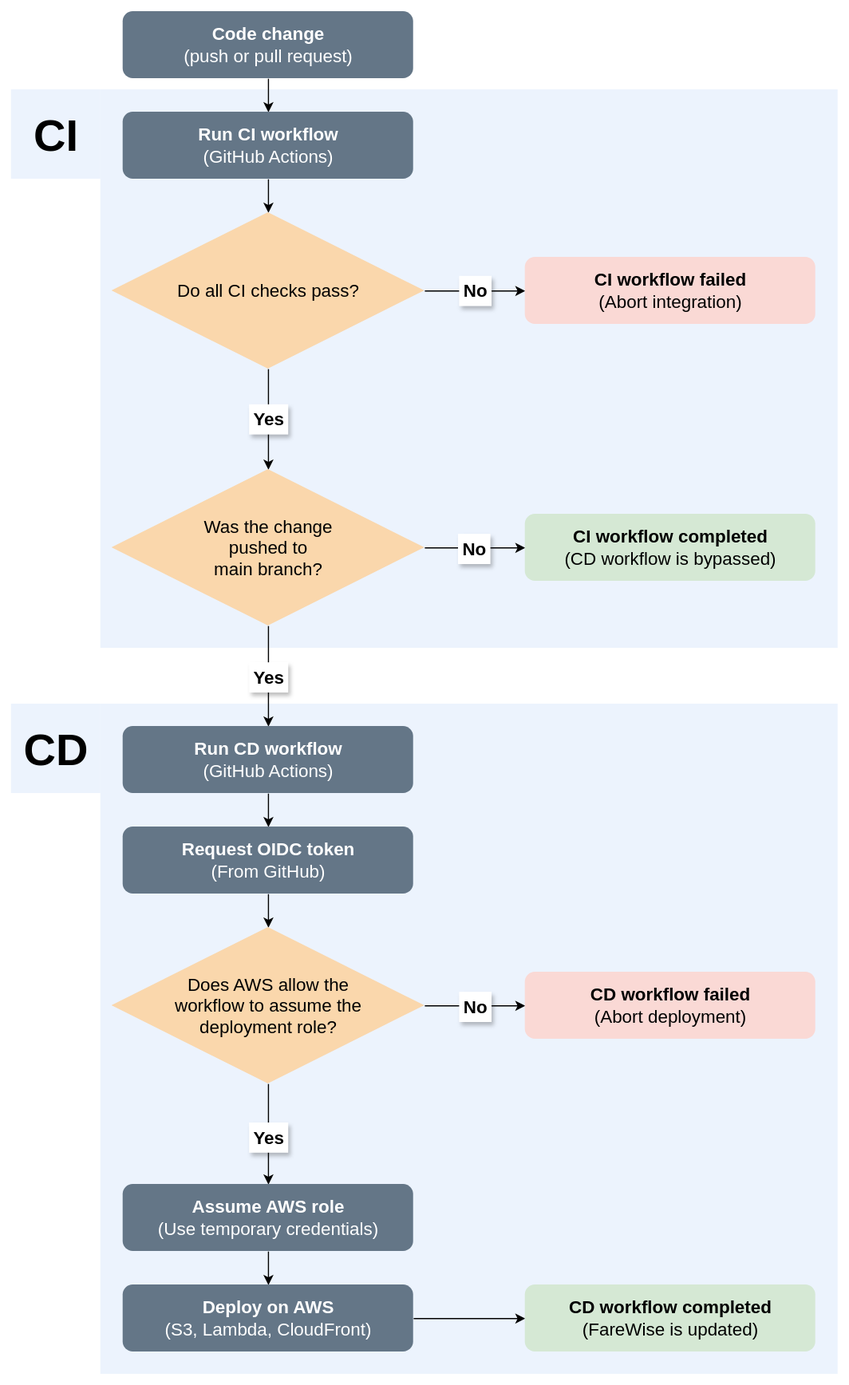
Above: figures/farewise_cicd.svg in wahreus/farewise (draw.io), before the change. Source tidied: cells renumbered, new cells last; positions are measured from the earlier drawing's top-left corner, leaving out a move shared by most shapes.
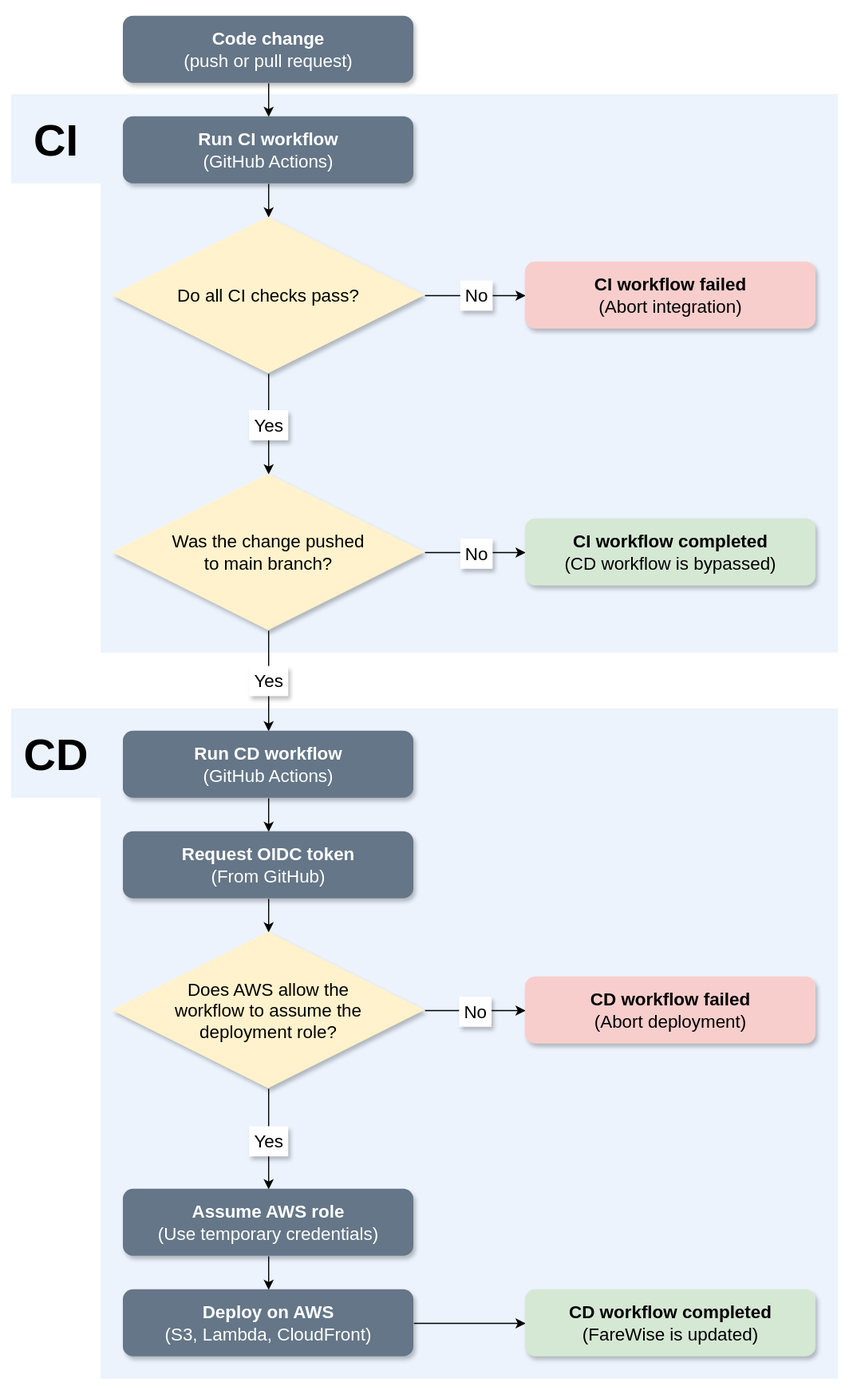
After the change.

Diff of the diagram source:
```diff
@@ -11,31 +11,31 @@
     <mxCell id="4" style="edgeStyle=orthogonalEdgeStyle;rounded=0;jettySize=auto;html=1;exitX=0.5;exitY=1;exitDx=0;exitDy=0;entryX=0.5;entryY=0;entryDx=0;entryDy=0;strokeWidth=1;fontSize=16;" parent="1" edge="1" source="5" target="7">
       <mxGeometry relative="1" as="geometry" />
     </mxCell>
-    <mxCell id="5" value="&lt;b&gt;Code change&lt;/b&gt;&lt;br&gt;(push or pull request)" style="rounded=1;whiteSpace=wrap;html=1;strokeWidth=1;fontSize=16;align=center;verticalAlign=middle;fillColor=#647687;strokeColor=none;fontColor=#ffffff;" parent="1" vertex="1">
+    <mxCell id="5" value="&lt;b&gt;Code change&lt;/b&gt;&lt;br&gt;(push or pull request)" style="rounded=1;whiteSpace=wrap;html=1;strokeWidth=1;fontSize=16;align=center;verticalAlign=middle;fillColor=#647687;strokeColor=none;fontColor=#ffffff;shadow=1;" parent="1" vertex="1">
       <mxGeometry x="100" width="260" height="60" as="geometry" />
     </mxCell>
     <mxCell id="6" style="edgeStyle=orthogonalEdgeStyle;rounded=0;jettySize=auto;html=1;exitX=0.5;exitY=1;exitDx=0;exitDy=0;entryX=0.5;entryY=0;entryDx=0;entryDy=0;strokeWidth=1;fontSize=16;" parent="1" edge="1" source="7" target="10">
       <mxGeometry relative="1" as="geometry" />
     </mxCell>
-    <mxCell id="7" value="&lt;b&gt;Run CI workflow&lt;/b&gt;&lt;br&gt;(GitHub Actions)" style="rounded=1;whiteSpace=wrap;html=1;fillColor=#647687;strokeColor=none;strokeWidth=1;fontSize=16;align=center;verticalAlign=middle;fontColor=#ffffff;" parent="1" vertex="1">
+    <mxCell id="7" value="&lt;b&gt;Run CI workflow&lt;/b&gt;&lt;br&gt;(GitHub Actions)" style="rounded=1;whiteSpace=wrap;html=1;fillColor=#647687;strokeColor=none;strokeWidth=1;fontSize=16;align=center;verticalAlign=middle;fontColor=#ffffff;shadow=1;" parent="1" vertex="1">
       <mxGeometry x="100" y="90" width="260" height="60" as="geometry" />
     </mxCell>
-    <mxCell id="8" value="&lt;b&gt;&lt;font&gt;No&lt;/font&gt;&lt;/b&gt;" style="edgeStyle=orthogonalEdgeStyle;rounded=0;jettySize=auto;html=1;exitX=1;exitY=0.5;exitDx=0;exitDy=0;entryX=0;entryY=0.5;entryDx=0;entryDy=0;labelWidth=1;labelBorderColor=none;labelPadding=4;strokeWidth=1;fontSize=16;textShadow=1;" parent="1" edge="1" source="10" target="11">
-      <mxGeometry x="0.01" relative="1" as="geometry" />
+    <mxCell id="8" value="&lt;font style=&quot;&quot;&gt;No&lt;/font&gt;" style="edgeStyle=orthogonalEdgeStyle;rounded=0;jettySize=auto;html=1;exitX=1;exitY=0.5;exitDx=0;exitDy=0;entryX=0;entryY=0.5;entryDx=0;entryDy=0;labelWidth=1;labelBorderColor=none;labelPadding=4;strokeWidth=1;fontSize=16;textShadow=1;" parent="1" edge="1" source="10" target="11">
+      <mxGeometry x="0.02" relative="1" as="geometry" />
     </mxCell>
-    <mxCell id="9" value="&lt;b&gt;&lt;font&gt;Yes&lt;/font&gt;&lt;/b&gt;" style="edgeStyle=orthogonalEdgeStyle;rounded=0;jettySize=auto;html=1;exitX=0.5;exitY=1;exitDx=0;exitDy=0;entryX=0.5;entryY=0;entryDx=0;entryDy=0;labelWidth=1;labelPadding=4;labelBorderColor=none;strokeWidth=1;fontSize=16;textShadow=1;" parent="1" edge="1" source="10" target="16">
+    <mxCell id="9" value="&lt;font style=&quot;&quot;&gt;Yes&lt;/font&gt;" style="edgeStyle=orthogonalEdgeStyle;rounded=0;jettySize=auto;html=1;exitX=0.5;exitY=1;exitDx=0;exitDy=0;entryX=0.5;entryY=0;entryDx=0;entryDy=0;labelWidth=1;labelPadding=4;labelBorderColor=none;strokeWidth=1;fontSize=16;textShadow=1;" parent="1" edge="1" source="10" target="16">
       <mxGeometry relative="1" as="geometry" />
     </mxCell>
-    <mxCell id="10" value="&lt;span&gt;Do all CI checks pass?&lt;/span&gt;" style="shape=rhombus;perimeter=rhombusPerimeter;whiteSpace=wrap;html=1;fillColor=#fad7ac;strokeColor=none;strokeWidth=1;fontSize=16;align=center;verticalAlign=middle;fontStyle=0;" parent="1" vertex="1">
+    <mxCell id="10" value="&lt;span&gt;Do all CI checks pass?&lt;/span&gt;" style="shape=rhombus;perimeter=rhombusPerimeter;whiteSpace=wrap;html=1;fillColor=#fff2cc;strokeColor=none;strokeWidth=1;fontSize=16;align=center;verticalAlign=middle;fontStyle=0;shadow=1;" parent="1" vertex="1">
       <mxGeometry x="90" y="180" width="280" height="140" as="geometry" />
     </mxCell>
-    <mxCell id="11" value="&lt;b&gt;CI workflow failed&lt;/b&gt;&lt;br&gt;(Abort integration)" style="rounded=1;whiteSpace=wrap;html=1;fillColor=#fad9d5;strokeColor=none;strokeWidth=1;fontSize=16;align=center;verticalAlign=middle;" parent="1" vertex="1">
+    <mxCell id="11" value="&lt;b&gt;CI workflow failed&lt;/b&gt;&lt;br&gt;(Abort integration)" style="rounded=1;whiteSpace=wrap;html=1;fillColor=#f8cecc;strokeColor=none;strokeWidth=1;fontSize=16;align=center;verticalAlign=middle;shadow=1;" parent="1" vertex="1">
       <mxGeometry x="460" y="220" width="260" height="60" as="geometry" />
     </mxCell>
     <mxCell id="12" style="edgeStyle=orthogonalEdgeStyle;rounded=0;jettySize=auto;html=1;exitX=0.5;exitY=1;exitDx=0;exitDy=0;entryX=0.5;entryY=0;entryDx=0;entryDy=0;strokeWidth=1;fontSize=16;" parent="1" edge="1" source="16" target="18">
       <mxGeometry relative="1" as="geometry" />
     </mxCell>
-    <mxCell id="13" value="&lt;font&gt;&lt;b&gt;Yes&lt;/b&gt;&lt;/font&gt;" style="edgeLabel;html=1;align=center;verticalAlign=middle;labelBorderColor=none;labelWidth=1;labelPadding=4;fontSize=16;textShadow=1;" parent="12" vertex="1">
+    <mxCell id="13" value="&lt;font&gt;Yes&lt;/font&gt;" style="edgeLabel;html=1;align=center;verticalAlign=middle;labelBorderColor=none;labelWidth=1;labelPadding=4;fontSize=16;textShadow=1;" parent="12" vertex="1">
       <mxGeometry x="-0.01" y="1" relative="1" as="geometry">
         <mxPoint x="-1" as="offset" />
       </mxGeometry>
@@ -43,33 +43,33 @@
     <mxCell id="14" style="edgeStyle=orthogonalEdgeStyle;rounded=0;jettySize=auto;html=1;exitX=1;exitY=0.5;exitDx=0;exitDy=0;entryX=0;entryY=0.5;entryDx=0;entryDy=0;strokeWidth=1;fontSize=16;" parent="1" edge="1" source="16" target="19">
       <mxGeometry relative="1" as="geometry" />
     </mxCell>
-    <mxCell id="15" value="&lt;font&gt;&lt;b&gt;No&lt;/b&gt;&lt;/font&gt;" style="edgeLabel;html=1;align=center;verticalAlign=middle;labelBorderColor=none;labelWidth=1;labelPadding=4;fontSize=16;textShadow=1;" parent="14" vertex="1">
+    <mxCell id="15" value="&lt;font&gt;No&lt;/font&gt;" style="edgeLabel;html=1;align=center;verticalAlign=middle;labelBorderColor=none;labelWidth=1;labelPadding=4;fontSize=16;textShadow=1;" parent="14" vertex="1">
       <mxGeometry x="-0.03" y="2" relative="1" as="geometry">
         <mxPoint x="2" y="2" as="offset" />
       </mxGeometry>
     </mxCell>
-    <mxCell id="16" value="&lt;span&gt;Was the change&lt;/span&gt;&lt;div&gt;&lt;span&gt;pushed&amp;nbsp;&lt;/span&gt;&lt;span style=&quot;background-color: transparent; color: light-dark(rgb(0, 0, 0), rgb(255, 255, 255));&quot;&gt;to&lt;/span&gt;&lt;/div&gt;&lt;div&gt;&lt;span style=&quot;background-color: transparent; color: light-dark(rgb(0, 0, 0), rgb(255, 255, 255));&quot;&gt;main branch?&lt;/span&gt;&lt;/div&gt;" style="shape=rhombus;perimeter=rhombusPerimeter;whiteSpace=wrap;html=1;fillColor=#fad7ac;strokeColor=none;strokeWidth=1;fontSize=16;align=center;verticalAlign=middle;fontStyle=0;" parent="1" vertex="1">
+    <mxCell id="16" value="&lt;span&gt;Was the change&amp;nbsp;&lt;/span&gt;&lt;span style=&quot;background-color: transparent; color: light-dark(rgb(0, 0, 0), rgb(255, 255, 255));&quot;&gt;pushed&lt;/span&gt;&lt;div&gt;&lt;span style=&quot;background-color: transparent; color: light-dark(rgb(0, 0, 0), rgb(255, 255, 255));&quot;&gt;to&amp;nbsp;&lt;/span&gt;&lt;span style=&quot;background-color: transparent; color: light-dark(rgb(0, 0, 0), rgb(255, 255, 255));&quot;&gt;main branch?&lt;/span&gt;&lt;/div&gt;" style="shape=rhombus;perimeter=rhombusPerimeter;whiteSpace=wrap;html=1;fillColor=#fff2cc;strokeColor=none;strokeWidth=1;fontSize=16;align=center;verticalAlign=middle;fontStyle=0;shadow=1;" parent="1" vertex="1">
       <mxGeometry x="90" y="410" width="280" height="140" as="geometry" />
     </mxCell>
     <mxCell id="17" style="edgeStyle=orthogonalEdgeStyle;rounded=0;jettySize=auto;html=1;exitX=0.5;exitY=1;exitDx=0;exitDy=0;entryX=0.5;entryY=0;entryDx=0;entryDy=0;strokeWidth=1;fontSize=16;" parent="1" edge="1" source="18" target="21">
       <mxGeometry relative="1" as="geometry" />
     </mxCell>
-    <mxCell id="18" value="&lt;b&gt;Run CD workflow&lt;/b&gt;&lt;br&gt;(GitHub Actions)" style="rounded=1;whiteSpace=wrap;html=1;fillColor=#647687;strokeColor=none;strokeWidth=1;fontSize=16;align=center;verticalAlign=middle;fontColor=#ffffff;" parent="1" vertex="1">
+    <mxCell id="18" value="&lt;b&gt;Run CD workflow&lt;/b&gt;&lt;br&gt;(GitHub Actions)" style="rounded=1;whiteSpace=wrap;html=1;fillColor=#647687;strokeColor=none;strokeWidth=1;fontSize=16;align=center;verticalAlign=middle;fontColor=#ffffff;shadow=1;" parent="1" vertex="1">
       <mxGeometry x="100" y="640" width="260" height="60" as="geometry" />
     </mxCell>
-    <mxCell id="19" value="&lt;b&gt;CI workflow completed&lt;/b&gt;&lt;br&gt;(CD workflow is bypassed)" style="rounded=1;whiteSpace=wrap;html=1;strokeWidth=1;fontSize=16;align=center;verticalAlign=middle;fillColor=#d5e8d4;strokeColor=none;" parent="1" vertex="1">
+    <mxCell id="19" value="&lt;b&gt;CI workflow completed&lt;/b&gt;&lt;br&gt;(CD workflow is bypassed)" style="rounded=1;whiteSpace=wrap;html=1;strokeWidth=1;fontSize=16;align=center;verticalAlign=middle;fillColor=#d5e8d4;strokeColor=none;shadow=1;" parent="1" vertex="1">
       <mxGeometry x="460" y="450" width="260" height="60" as="geometry" />
     </mxCell>
     <mxCell id="20" style="edgeStyle=orthogonalEdgeStyle;rounded=0;jettySize=auto;html=1;exitX=0.5;exitY=1;exitDx=0;exitDy=0;entryX=0.5;entryY=0;entryDx=0;entryDy=0;strokeWidth=1;fontSize=16;" parent="1" edge="1" source="21" target="26">
       <mxGeometry relative="1" as="geometry" />
     </mxCell>
-    <mxCell id="21" value="&lt;b&gt;Request OIDC token&lt;/b&gt;&lt;br&gt;(From GitHub)" style="rounded=1;whiteSpace=wrap;html=1;fillColor=#647687;strokeColor=none;strokeWidth=1;fontSize=16;align=center;verticalAlign=middle;fontColor=#ffffff;" parent="1" vertex="1">
+    <mxCell id="21" value="&lt;b&gt;Request OIDC token&lt;/b&gt;&lt;br&gt;(From GitHub)" style="rounded=1;whiteSpace=wrap;html=1;fillColor=#647687;strokeColor=none;strokeWidth=1;fontSize=16;align=center;verticalAlign=middle;fontColor=#ffffff;shadow=1;" parent="1" vertex="1">
       <mxGeometry x="100" y="730" width="260" height="60" as="geometry" />
     </mxCell>
     <mxCell id="22" style="edgeStyle=orthogonalEdgeStyle;rounded=0;jettySize=auto;html=1;exitX=1;exitY=0.5;exitDx=0;exitDy=0;entryX=0;entryY=0.5;entryDx=0;entryDy=0;strokeWidth=1;fontSize=16;" parent="1" edge="1" source="26" target="27">
       <mxGeometry relative="1" as="geometry" />
     </mxCell>
-    <mxCell id="23" value="&lt;font&gt;&lt;b&gt;No&lt;/b&gt;&lt;/font&gt;" style="edgeLabel;html=1;align=center;verticalAlign=middle;labelWidth=1;labelPadding=4;labelBorderColor=none;fontSize=16;textShadow=1;" parent="22" vertex="1">
+    <mxCell id="23" value="&lt;font&gt;No&lt;/font&gt;" style="edgeLabel;html=1;align=center;verticalAlign=middle;labelWidth=1;labelPadding=4;labelBorderColor=none;fontSize=16;textShadow=1;" parent="22" vertex="1">
       <mxGeometry x="-0.28" y="1" relative="1" as="geometry">
         <mxPoint x="13" y="1" as="offset" />
       </mxGeometry>
@@ -77,30 +77,30 @@
     <mxCell id="24" style="edgeStyle=orthogonalEdgeStyle;rounded=0;jettySize=auto;html=1;exitX=0.5;exitY=1;exitDx=0;exitDy=0;entryX=0.5;entryY=0;entryDx=0;entryDy=0;strokeWidth=1;fontSize=16;" parent="1" edge="1" source="26" target="29">
       <mxGeometry relative="1" as="geometry" />
     </mxCell>
-    <mxCell id="25" value="&lt;b&gt;&lt;font&gt;Yes&lt;/font&gt;&lt;/b&gt;" style="edgeLabel;html=1;align=center;verticalAlign=middle;labelBorderColor=none;labelWidth=1;labelPadding=4;fontSize=16;textShadow=1;" parent="24" vertex="1">
+    <mxCell id="25" value="&lt;font style=&quot;&quot;&gt;Yes&lt;/font&gt;" style="edgeLabel;html=1;align=center;verticalAlign=middle;labelBorderColor=none;labelWidth=1;labelPadding=4;fontSize=16;textShadow=1;" parent="24" vertex="1">
       <mxGeometry x="-0.08" y="2" relative="1" as="geometry">
         <mxPoint x="-2" y="4" as="offset" />
       </mxGeometry>
     </mxCell>
-    <mxCell id="26" value="&lt;span&gt;Does AWS allow the&lt;/span&gt;&lt;div&gt;&lt;span&gt;workflow to assume the&lt;/span&gt;&lt;/div&gt;&lt;div&gt;&lt;span&gt;deployment role?&lt;/span&gt;&lt;/div&gt;" style="shape=rhombus;perimeter=rhombusPerimeter;whiteSpace=wrap;html=1;fillColor=#fad7ac;strokeColor=none;strokeWidth=1;fontSize=16;align=center;verticalAlign=middle;fontStyle=0;" parent="1" vertex="1">
+    <mxCell id="26" value="&lt;span&gt;Does AWS allow the&lt;/span&gt;&lt;div&gt;&lt;span&gt;workflow to assume the&lt;/span&gt;&lt;/div&gt;&lt;div&gt;&lt;span&gt;deployment role?&lt;/span&gt;&lt;/div&gt;" style="shape=rhombus;perimeter=rhombusPerimeter;whiteSpace=wrap;html=1;fillColor=#fff2cc;strokeColor=none;strokeWidth=1;fontSize=16;align=center;verticalAlign=middle;fontStyle=0;shadow=1;" parent="1" vertex="1">
       <mxGeometry x="90" y="820" width="280" height="140" as="geometry" />
     </mxCell>
-    <mxCell id="27" value="&lt;b&gt;CD workflow failed&lt;/b&gt;&lt;br&gt;(Abort deployment)" style="rounded=1;whiteSpace=wrap;html=1;fillColor=#fad9d5;strokeColor=none;strokeWidth=1;fontSize=16;align=center;verticalAlign=middle;" parent="1" vertex="1">
+    <mxCell id="27" value="&lt;b&gt;CD workflow failed&lt;/b&gt;&lt;br&gt;(Abort deployment)" style="rounded=1;whiteSpace=wrap;html=1;fillColor=#f8cecc;strokeColor=none;strokeWidth=1;fontSize=16;align=center;verticalAlign=middle;shadow=1;" parent="1" vertex="1">
       <mxGeometry x="460" y="860" width="260" height="60" as="geometry" />
     </mxCell>
     <mxCell id="28" style="edgeStyle=orthogonalEdgeStyle;rounded=0;jettySize=auto;html=1;exitX=0.5;exitY=1;exitDx=0;exitDy=0;entryX=0.5;entryY=0;entryDx=0;entryDy=0;strokeWidth=1;fontSize=16;" parent="1" edge="1" source="29" target="31">
       <mxGeometry relative="1" as="geometry" />
     </mxCell>
-    <mxCell id="29" value="&lt;b&gt;Assume AWS role&lt;/b&gt;&lt;div&gt;(Use temporary credentials)&lt;/div&gt;" style="rounded=1;whiteSpace=wrap;html=1;fillColor=#647687;strokeColor=none;strokeWidth=1;fontSize=16;align=center;verticalAlign=middle;fontColor=#ffffff;" parent="1" vertex="1">
+    <mxCell id="29" value="&lt;b&gt;Assume AWS role&lt;/b&gt;&lt;div&gt;(Use temporary credentials)&lt;/div&gt;" style="rounded=1;whiteSpace=wrap;html=1;fillColor=#647687;strokeColor=none;strokeWidth=1;fontSize=16;align=center;verticalAlign=middle;fontColor=#ffffff;shadow=1;" parent="1" vertex="1">
       <mxGeometry x="100" y="1050" width="260" height="60" as="geometry" />
     </mxCell>
     <mxCell id="30" style="edgeStyle=orthogonalEdgeStyle;rounded=0;jettySize=auto;html=1;exitX=1;exitY=0.5;exitDx=0;exitDy=0;entryX=0;entryY=0.5;entryDx=0;entryDy=0;strokeWidth=1;" parent="1" edge="1" source="31" target="32">
       <mxGeometry relative="1" as="geometry" />
     </mxCell>
-    <mxCell id="31" value="&lt;b&gt;Deploy on AWS&lt;/b&gt;&lt;br&gt;(S3, Lambda, CloudFront)" style="rounded=1;whiteSpace=wrap;html=1;fillColor=#647687;strokeColor=none;strokeWidth=1;fontSize=16;align=center;verticalAlign=middle;fontColor=#ffffff;" parent="1" vertex="1">
+    <mxCell id="31" value="&lt;b&gt;Deploy on AWS&lt;/b&gt;&lt;br&gt;(S3, Lambda, CloudFront)" style="rounded=1;whiteSpace=wrap;html=1;fillColor=#647687;strokeColor=none;strokeWidth=1;fontSize=16;align=center;verticalAlign=middle;fontColor=#ffffff;shadow=1;" parent="1" vertex="1">
       <mxGeometry x="100" y="1140" width="260" height="60" as="geometry" />
     </mxCell>
-    <mxCell id="32" value="&lt;b&gt;CD workflow completed&lt;/b&gt;&lt;br&gt;(FareWise is updated)" style="rounded=1;whiteSpace=wrap;html=1;strokeWidth=1;fontSize=16;align=center;verticalAlign=middle;fillColor=#d5e8d4;strokeColor=none;" parent="1" vertex="1">
+    <mxCell id="32" value="&lt;b&gt;CD workflow completed&lt;/b&gt;&lt;br&gt;(FareWise is updated)" style="rounded=1;whiteSpace=wrap;html=1;strokeWidth=1;fontSize=16;align=center;verticalAlign=middle;fillColor=#d5e8d4;strokeColor=none;shadow=1;" parent="1" vertex="1">
       <mxGeometry x="460" y="1140" width="260" height="60" as="geometry" />
     </mxCell>
     <mxCell id="33" value="&lt;font style=&quot;font-size: 40px;&quot;&gt;&lt;b style=&quot;&quot;&gt;CI&lt;/b&gt;&lt;/font&gt;" style="text;html=1;whiteSpace=wrap;align=center;verticalAlign=middle;rounded=0;fillColor=#dae8fc;strokeColor=none;opacity=50;" parent="1" vertex="1">
```
